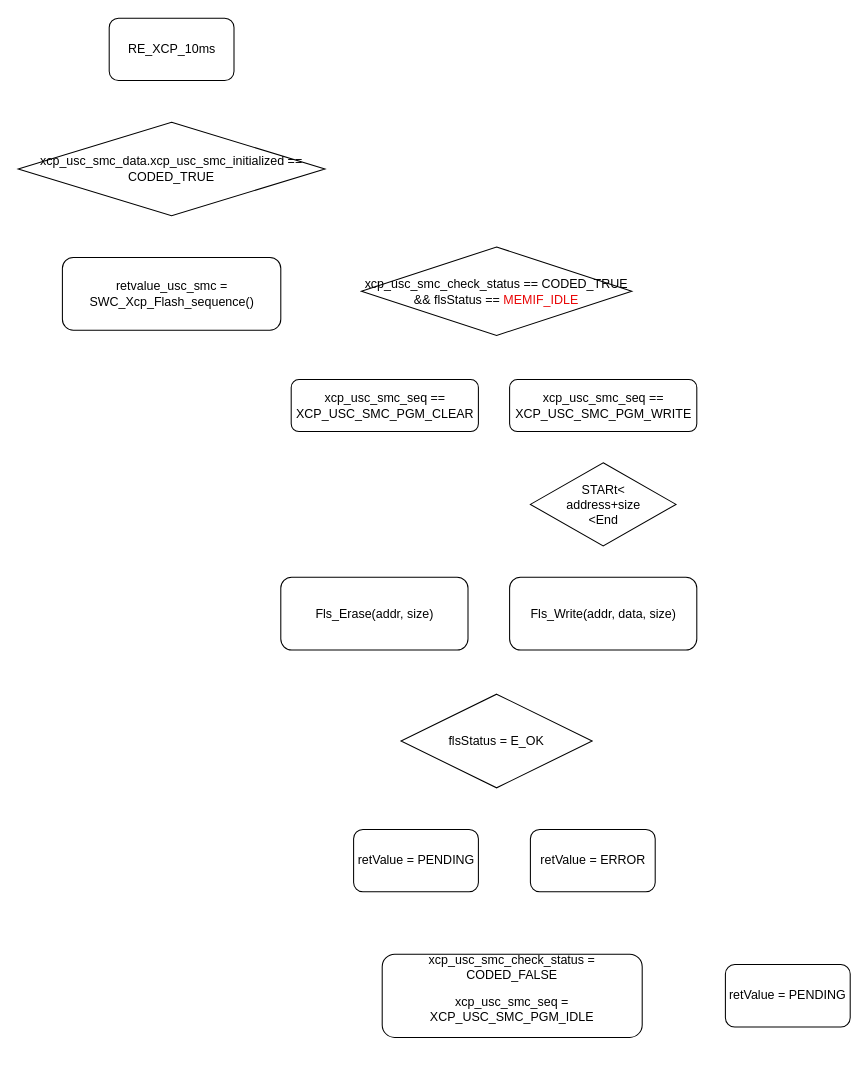
This is XCP_USC_Program.drawio from LeoHan369/DrawIO, a draw.io file, before an edit. Source tidied: cells renumbered, new cells numbered last; positions are measured from the earlier drawing's top-left corner, leaving out a move shared by most shapes. Both pictures are drawn from the tidied source at 104%, with x=0, y=0 at pixel (18, 18).
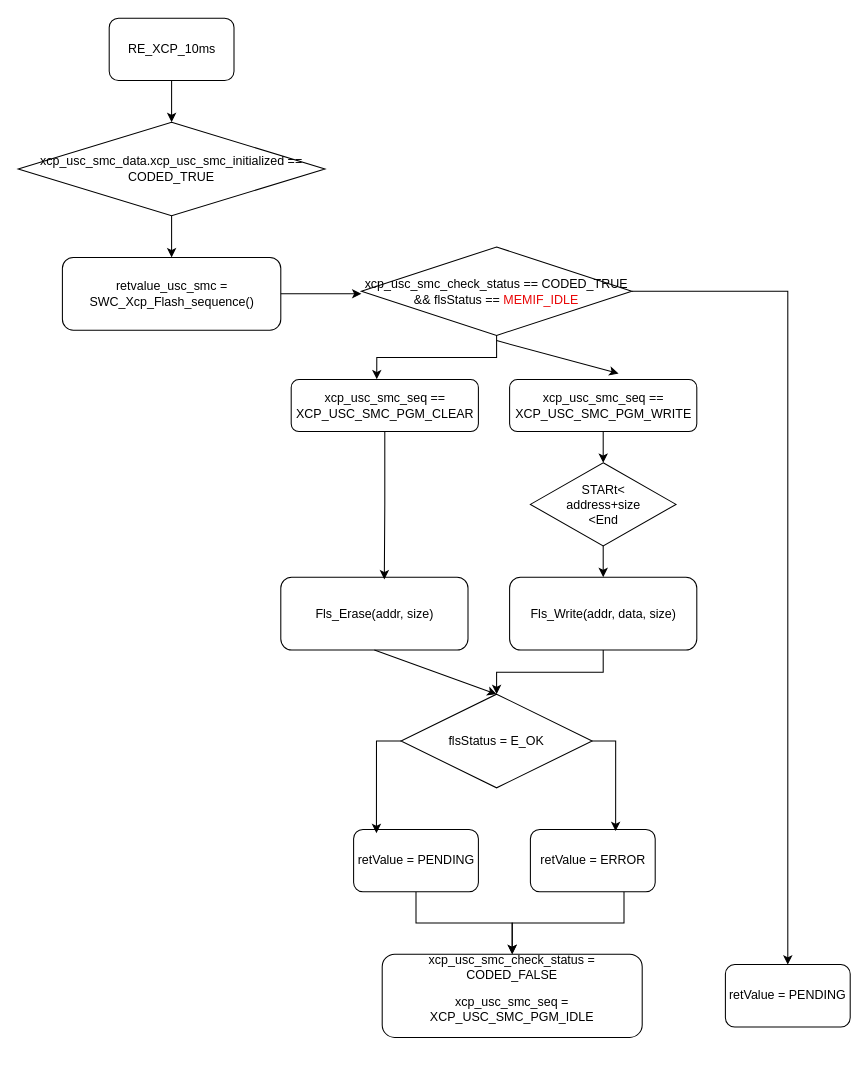
The same page after the edit.

Unchanged cells that the change refers to:
```xml
<mxCell id="2" value="RE_XCP_10ms" style="rounded=1;whiteSpace=wrap;html=1;" parent="1" vertex="1">
  <mxGeometry x="87.5" width="120" height="60" as="geometry" />
</mxCell>
<mxCell id="3" value="xcp_usc_smc_data.xcp_usc_smc_initialized == CODED_TRUE" style="rhombus;whiteSpace=wrap;html=1;" parent="1" vertex="1">
  <mxGeometry y="100" width="295" height="90" as="geometry" />
</mxCell>
<mxCell id="4" value="retvalue_usc_smc = SWC_Xcp_Flash_sequence()" style="rounded=1;whiteSpace=wrap;html=1;" parent="1" vertex="1">
  <mxGeometry x="42.5" y="230" width="210" height="70" as="geometry" />
</mxCell>
<mxCell id="5" value="xcp_usc_smc_check_status == CODED_TRUE&lt;div&gt;&amp;amp;&amp;amp;&amp;nbsp;&lt;span style=&quot;background-color: transparent; color: light-dark(rgb(0, 0, 0), rgb(255, 255, 255));&quot;&gt;flsStatus == &lt;/span&gt;&lt;span style=&quot;background-color: transparent;&quot;&gt;&lt;font style=&quot;color: light-dark(rgb(233, 7, 7), rgb(255, 255, 255));&quot;&gt;MEMIF_IDLE&lt;/font&gt;&lt;/span&gt;&lt;/div&gt;" style="rhombus;whiteSpace=wrap;html=1;" parent="1" vertex="1">
  <mxGeometry x="330" y="220" width="260" height="85" as="geometry" />
</mxCell>
<mxCell id="6" value="xcp_usc_smc_seq ==&lt;div&gt;XCP_USC_SMC_PGM_CLEAR&lt;/div&gt;" style="rounded=1;whiteSpace=wrap;html=1;" parent="1" vertex="1">
  <mxGeometry x="262.5" y="347.5" width="180" height="50" as="geometry" />
</mxCell>
<mxCell id="7" value="xcp_usc_smc_seq ==&lt;div&gt;XCP_USC_SMC_PGM_WRITE&lt;/div&gt;" style="rounded=1;whiteSpace=wrap;html=1;" parent="1" vertex="1">
  <mxGeometry x="472.5" y="347.5" width="180" height="50" as="geometry" />
</mxCell>
<mxCell id="8" value="Fls_Erase(addr, size)" style="rounded=1;whiteSpace=wrap;html=1;" parent="1" vertex="1">
  <mxGeometry x="252.5" y="537.5" width="180" height="70" as="geometry" />
</mxCell>
<mxCell id="9" value="Fls_Write(addr, data, size)" style="rounded=1;whiteSpace=wrap;html=1;" parent="1" vertex="1">
  <mxGeometry x="472.5" y="537.5" width="180" height="70" as="geometry" />
</mxCell>
<mxCell id="10" value="&lt;div&gt;STARt&amp;lt;&lt;/div&gt;address+size&lt;div&gt;&amp;lt;End&lt;/div&gt;" style="rhombus;whiteSpace=wrap;html=1;" parent="1" vertex="1">
  <mxGeometry x="492.5" y="427.5" width="140" height="80" as="geometry" />
</mxCell>
<mxCell id="11" value="flsStatus = E_OK" style="rhombus;whiteSpace=wrap;html=1;" parent="1" vertex="1">
  <mxGeometry x="368.1" y="650" width="183.8" height="90" as="geometry" />
</mxCell>
<mxCell id="12" value="retValue = PENDING" style="rounded=1;whiteSpace=wrap;html=1;" parent="1" vertex="1">
  <mxGeometry x="322.5" y="780" width="120" height="60" as="geometry" />
</mxCell>
<mxCell id="13" value="retValue = ERROR" style="rounded=1;whiteSpace=wrap;html=1;" parent="1" vertex="1">
  <mxGeometry x="492.5" y="780" width="120" height="60" as="geometry" />
</mxCell>
<mxCell id="14" value="&lt;p&gt;xcp_usc_smc_check_status = CODED_FALSE&lt;/p&gt;&lt;p&gt;xcp_usc_smc_seq = XCP_USC_SMC_PGM_IDLE&lt;/p&gt;&lt;div&gt;&lt;br&gt;&lt;/div&gt;" style="rounded=1;whiteSpace=wrap;html=1;" parent="1" vertex="1">
  <mxGeometry x="350" y="900" width="250" height="80" as="geometry" />
</mxCell>
<mxCell id="15" value="retValue = PENDING" style="rounded=1;whiteSpace=wrap;html=1;" parent="1" vertex="1">
  <mxGeometry x="680" y="910" width="120" height="60" as="geometry" />
</mxCell>
```

Diff of the diagram source:
```diff
@@
+    <mxCell id="16" style="edgeStyle=orthogonalEdgeStyle;rounded=0;jettySize=auto;html=1;exitX=1;exitY=0.5;exitDx=0;exitDy=0;entryX=0.5;entryY=0;entryDx=0;entryDy=0;" parent="1" edge="1" source="5" target="15">
+      <mxGeometry relative="1" as="geometry" />
+    </mxCell>
@@
+    <mxCell id="17" style="edgeStyle=orthogonalEdgeStyle;rounded=0;jettySize=auto;html=1;exitX=0.5;exitY=1;exitDx=0;exitDy=0;entryX=0.5;entryY=0;entryDx=0;entryDy=0;" parent="1" edge="1" source="7" target="10">
+      <mxGeometry relative="1" as="geometry" />
+    </mxCell>
@@
+    <mxCell id="18" style="edgeStyle=orthogonalEdgeStyle;rounded=0;jettySize=auto;html=1;exitX=0.5;exitY=1;exitDx=0;exitDy=0;entryX=0.5;entryY=0;entryDx=0;entryDy=0;" parent="1" edge="1" source="9" target="11">
+      <mxGeometry relative="1" as="geometry" />
+    </mxCell>
@@
+    <mxCell id="19" style="edgeStyle=orthogonalEdgeStyle;rounded=0;jettySize=auto;html=1;exitX=0.5;exitY=1;exitDx=0;exitDy=0;entryX=0.5;entryY=0;entryDx=0;entryDy=0;" parent="1" edge="1" source="10" target="9">
+      <mxGeometry relative="1" as="geometry" />
+    </mxCell>
@@
+    <mxCell id="20" style="edgeStyle=orthogonalEdgeStyle;rounded=0;jettySize=auto;html=1;exitX=0.5;exitY=1;exitDx=0;exitDy=0;entryX=0.5;entryY=0;entryDx=0;entryDy=0;" parent="1" edge="1" source="12" target="14">
+      <mxGeometry relative="1" as="geometry" />
+    </mxCell>
@@
+    <mxCell id="21" style="edgeStyle=orthogonalEdgeStyle;rounded=0;jettySize=auto;html=1;exitX=0.75;exitY=1;exitDx=0;exitDy=0;" parent="1" edge="1" source="13" target="14">
+      <mxGeometry relative="1" as="geometry" />
+    </mxCell>
@@
+    <mxCell id="22" style="endArrow=classic;html=1;rounded=0;exitX=0.5;exitY=1;exitDx=0;exitDy=0;entryX=0.5;entryY=0;entryDx=0;entryDy=0;" parent="1" edge="1" source="2" target="3">
+      <mxGeometry relative="1" as="geometry" />
+    </mxCell>
+    <mxCell id="23" style="endArrow=classic;html=1;rounded=0;exitX=0.5;exitY=1;exitDx=0;exitDy=0;entryX=0.5;entryY=0;entryDx=0;entryDy=0;" parent="1" edge="1" source="3" target="4">
+      <mxGeometry relative="1" as="geometry" />
+    </mxCell>
+    <mxCell id="24" style="endArrow=classic;html=1;rounded=0;exitX=1;exitY=0.5;exitDx=0;exitDy=0;" parent="1" edge="1" source="4">
+      <mxGeometry relative="1" as="geometry">
+        <mxPoint x="330" y="265" as="targetPoint" />
+      </mxGeometry>
+    </mxCell>
+    <mxCell id="25" style="edgeStyle=orthogonalEdgeStyle;rounded=0;jettySize=auto;html=1;exitX=0.5;exitY=1;exitDx=0;exitDy=0;entryX=0.457;entryY=-0.006;entryDx=0;entryDy=0;entryPerimeter=0;" parent="1" edge="1" source="5" target="6">
+      <mxGeometry relative="1" as="geometry" />
+    </mxCell>
+    <mxCell id="26" style="endArrow=classic;html=1;rounded=0;entryX=0.582;entryY=-0.118;entryDx=0;entryDy=0;entryPerimeter=0;" parent="1" edge="1" target="7">
+      <mxGeometry relative="1" as="geometry">
+        <mxPoint x="460" y="310" as="sourcePoint" />
+      </mxGeometry>
+    </mxCell>
+    <mxCell id="27" style="edgeStyle=orthogonalEdgeStyle;rounded=0;jettySize=auto;html=1;exitX=0.5;exitY=1;exitDx=0;exitDy=0;entryX=0.553;entryY=0.03;entryDx=0;entryDy=0;entryPerimeter=0;" parent="1" edge="1" source="6" target="8">
+      <mxGeometry relative="1" as="geometry" />
+    </mxCell>
+    <mxCell id="28" style="endArrow=classic;html=1;rounded=0;exitX=0.5;exitY=1;exitDx=0;exitDy=0;entryX=0.5;entryY=0;entryDx=0;entryDy=0;" parent="1" edge="1" source="8" target="11">
+      <mxGeometry relative="1" as="geometry" />
+    </mxCell>
+    <mxCell id="29" style="edgeStyle=orthogonalEdgeStyle;rounded=0;jettySize=auto;html=1;exitX=0;exitY=0.5;exitDx=0;exitDy=0;entryX=0.183;entryY=0.06;entryDx=0;entryDy=0;entryPerimeter=0;" parent="1" edge="1" source="11" target="12">
+      <mxGeometry relative="1" as="geometry" />
+    </mxCell>
+    <mxCell id="30" style="edgeStyle=orthogonalEdgeStyle;rounded=0;jettySize=auto;html=1;exitX=1;exitY=0.5;exitDx=0;exitDy=0;entryX=0.683;entryY=0.027;entryDx=0;entryDy=0;entryPerimeter=0;" parent="1" edge="1" source="11" target="13">
+      <mxGeometry relative="1" as="geometry" />
+    </mxCell>
```
